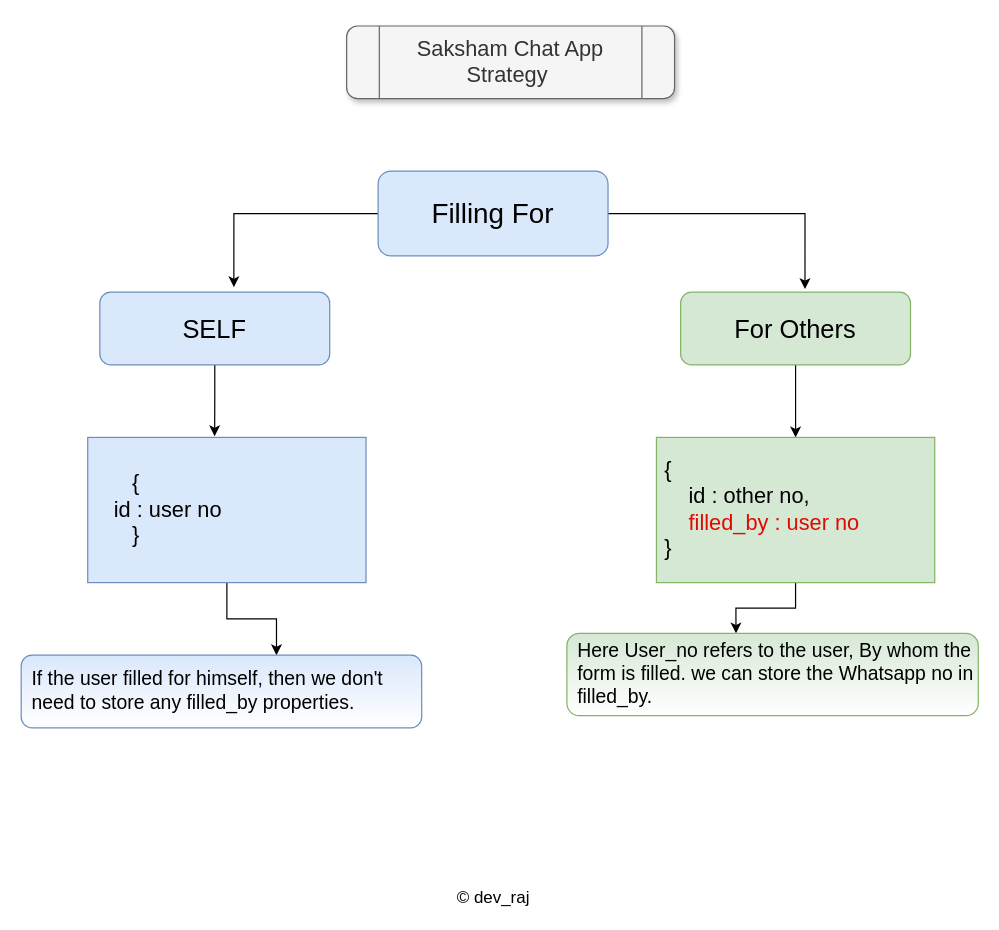
Above: Untitled Diagram.drawio in Raj-kar/Daigrams (draw.io), before the change. Source tidied: cells renumbered, new cells numbered last; positions are measured from the earlier drawing's top-left corner, leaving out a move shared by most shapes. Both pictures are drawn from the tidied source at 121%, with x=0, y=0 at pixel (21, 25).
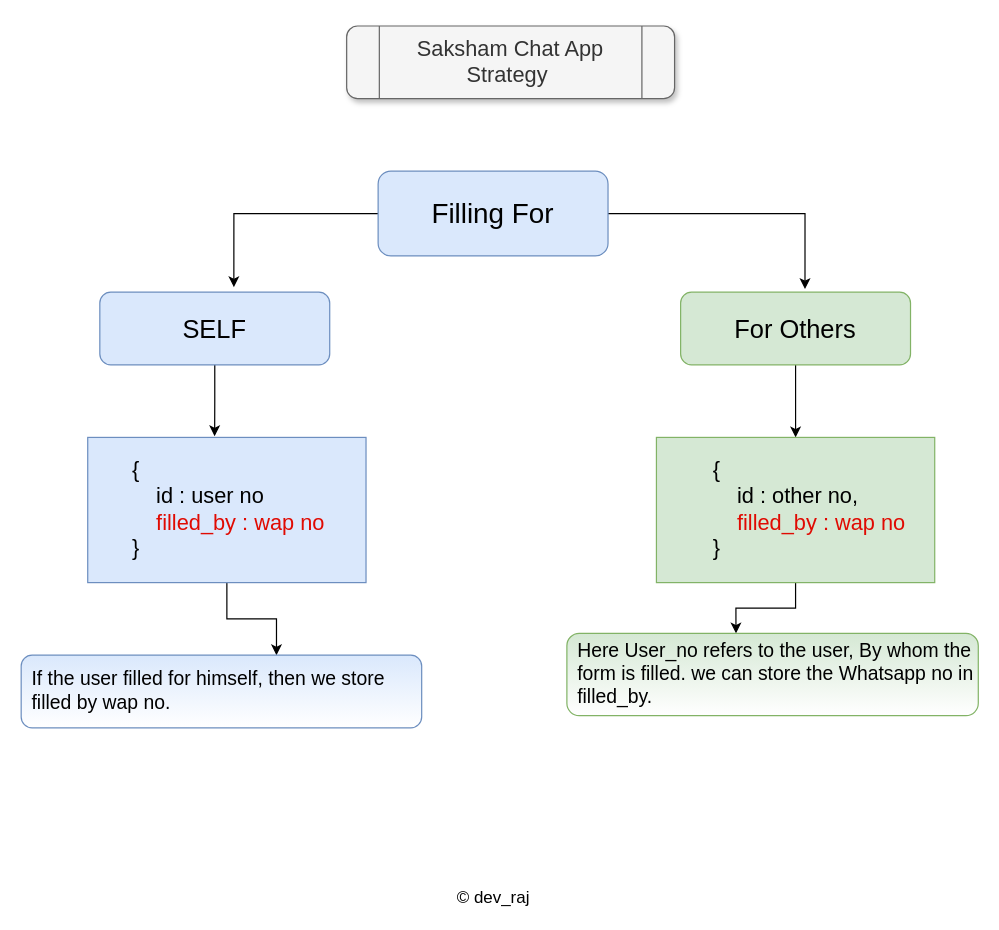
After the change.

Diff of the diagram source:
```diff
@@
 <mxGraphModel>
   <root>
     <mxCell id="0" />
     <mxCell id="1" parent="0" />
     <mxCell id="2" style="edgeStyle=orthogonalEdgeStyle;rounded=0;jettySize=auto;html=1;entryX=0.583;entryY=-0.07;entryDx=0;entryDy=0;entryPerimeter=0;" parent="1" edge="1" source="4" target="6">
       <mxGeometry relative="1" as="geometry" />
     </mxCell>
     <mxCell id="3" style="edgeStyle=orthogonalEdgeStyle;rounded=0;jettySize=auto;html=1;entryX=0.541;entryY=-0.043;entryDx=0;entryDy=0;entryPerimeter=0;" parent="1" edge="1" source="4" target="8">
       <mxGeometry relative="1" as="geometry" />
     </mxCell>
     <mxCell id="4" value="&lt;font style=&quot;font-size: 23px&quot;&gt;Filling For&lt;/font&gt;" style="rounded=1;whiteSpace=wrap;html=1;fillColor=#dae8fc;strokeColor=#6c8ebf;" parent="1" vertex="1">
       <mxGeometry x="295" y="120" width="190" height="70" as="geometry" />
     </mxCell>
     <mxCell id="5" style="edgeStyle=orthogonalEdgeStyle;rounded=0;jettySize=auto;html=1;entryX=0.456;entryY=-0.008;entryDx=0;entryDy=0;entryPerimeter=0;" parent="1" edge="1" source="6" target="10">
       <mxGeometry relative="1" as="geometry" />
     </mxCell>
     <mxCell id="6" value="&lt;font style=&quot;font-size: 21px&quot;&gt;SELF&lt;/font&gt;" style="rounded=1;whiteSpace=wrap;html=1;fillColor=#dae8fc;strokeColor=#6c8ebf;" parent="1" vertex="1">
       <mxGeometry x="65" y="220" width="190" height="60" as="geometry" />
     </mxCell>
     <mxCell id="7" style="edgeStyle=orthogonalEdgeStyle;rounded=0;jettySize=auto;html=1;entryX=0.5;entryY=0;entryDx=0;entryDy=0;" parent="1" edge="1" source="8" target="12">
       <mxGeometry relative="1" as="geometry" />
     </mxCell>
     <mxCell id="8" value="&lt;font style=&quot;font-size: 21px&quot;&gt;For Others&lt;/font&gt;" style="rounded=1;whiteSpace=wrap;html=1;fillColor=#d5e8d4;strokeColor=#82b366;" parent="1" vertex="1">
       <mxGeometry x="545" y="220" width="190" height="60" as="geometry" />
     </mxCell>
     <mxCell id="9" style="edgeStyle=orthogonalEdgeStyle;rounded=0;jettySize=auto;html=1;" parent="1" edge="1" source="10" target="15">
       <mxGeometry relative="1" as="geometry">
         <Array as="points">
           <mxPoint x="170" y="490" />
           <mxPoint x="211" y="490" />
         </Array>
       </mxGeometry>
     </mxCell>
-    <mxCell id="10" value="&lt;font style=&quot;font-size: 18px&quot;&gt;&amp;nbsp; &amp;nbsp; &amp;nbsp; &amp;nbsp;{ &lt;br&gt;&lt;span style=&quot;white-space: pre&quot;&gt; &lt;/span&gt;&amp;nbsp; &amp;nbsp;id : user no&lt;br&gt;&amp;nbsp; &amp;nbsp; &amp;nbsp; &amp;nbsp;}&lt;br&gt;&lt;/font&gt;" style="rounded=0;whiteSpace=wrap;html=1;align=left;fillColor=#dae8fc;strokeColor=#6c8ebf;" parent="1" vertex="1">
+    <mxCell id="10" value="&lt;font style=&quot;font-size: 18px&quot;&gt;&amp;nbsp; &amp;nbsp; &amp;nbsp; &amp;nbsp;{ &lt;br&gt;&lt;/font&gt;&lt;blockquote style=&quot;margin: 0 0 0 40px ; border: none ; padding: 0px&quot;&gt;&lt;font style=&quot;font-size: 18px&quot;&gt;&lt;span&gt; &lt;/span&gt;&amp;nbsp; &amp;nbsp;id : user no&lt;/font&gt;&lt;span style=&quot;font-size: 18px&quot;&gt;&amp;nbsp;&amp;nbsp;&lt;/span&gt;&lt;/blockquote&gt;&lt;font color=&quot;#e00a02&quot; style=&quot;font-size: 18px&quot;&gt;&amp;nbsp; &amp;nbsp; &amp;nbsp; &amp;nbsp; &amp;nbsp; &amp;nbsp;filled_by : wap no&lt;/font&gt;&lt;font style=&quot;font-size: 18px&quot;&gt;&amp;nbsp; &amp;nbsp; &amp;nbsp; &lt;br&gt;&amp;nbsp; &amp;nbsp; &amp;nbsp; &amp;nbsp;}&lt;br&gt;&lt;/font&gt;" style="rounded=0;whiteSpace=wrap;html=1;align=left;fillColor=#dae8fc;strokeColor=#6c8ebf;" parent="1" vertex="1">
       <mxGeometry x="55" y="340" width="230" height="120" as="geometry" />
     </mxCell>
     <mxCell id="11" style="edgeStyle=orthogonalEdgeStyle;rounded=0;jettySize=auto;html=1;entryX=0.411;entryY=0;entryDx=0;entryDy=0;entryPerimeter=0;" parent="1" edge="1" source="12" target="14">
       <mxGeometry relative="1" as="geometry" />
     </mxCell>
-    <mxCell id="12" value="&lt;font style=&quot;font-size: 18px&quot;&gt;&amp;nbsp; &amp;nbsp; &amp;nbsp; &amp;nbsp;&lt;br&gt;&lt;span style=&quot;white-space: pre&quot;&gt; &lt;/span&gt;{ &lt;br&gt;&lt;span style=&quot;white-space: pre&quot;&gt; &lt;/span&gt;&amp;nbsp; &amp;nbsp; id : other no,&lt;br&gt;&lt;span style=&quot;white-space: pre&quot;&gt; &lt;/span&gt;&amp;nbsp; &amp;nbsp; &lt;font color=&quot;#e00a02&quot;&gt;filled_by : user no&lt;/font&gt;&lt;br&gt;&lt;span style=&quot;white-space: pre&quot;&gt; &lt;/span&gt;}&lt;br&gt;&lt;br&gt;&lt;/font&gt;" style="rounded=0;whiteSpace=wrap;html=1;align=left;fillColor=#d5e8d4;strokeColor=#82b366;" parent="1" vertex="1">
+    <mxCell id="12" value="&lt;blockquote style=&quot;margin: 0 0 0 40px ; border: none ; padding: 0px&quot;&gt;&lt;font style=&quot;font-size: 18px&quot;&gt;&amp;nbsp; &amp;nbsp; &amp;nbsp; &amp;nbsp;&lt;br&gt;&lt;/font&gt;&lt;font style=&quot;font-size: 18px&quot;&gt;&lt;span style=&quot;white-space: pre&quot;&gt; &lt;/span&gt;{&lt;br&gt; &lt;/font&gt;&lt;font style=&quot;font-size: 18px&quot;&gt;&lt;span style=&quot;white-space: pre&quot;&gt; &lt;/span&gt;&amp;nbsp; &amp;nbsp; id : other no,&lt;br&gt;&lt;/font&gt;&lt;font style=&quot;font-size: 18px&quot;&gt;&lt;span style=&quot;white-space: pre&quot;&gt; &lt;/span&gt;&amp;nbsp; &amp;nbsp; &lt;font color=&quot;#e00a02&quot;&gt;filled_by : wap no&lt;br&gt;&lt;/font&gt;&lt;/font&gt;&lt;font style=&quot;font-size: 18px&quot;&gt;&lt;span style=&quot;white-space: pre&quot;&gt; &lt;/span&gt;}&lt;/font&gt;&lt;/blockquote&gt;&lt;font style=&quot;font-size: 18px&quot;&gt;&lt;br&gt;&lt;/font&gt;" style="rounded=0;whiteSpace=wrap;html=1;align=left;fillColor=#d5e8d4;strokeColor=#82b366;" parent="1" vertex="1">
       <mxGeometry x="525" y="340" width="230" height="120" as="geometry" />
     </mxCell>
     <mxCell id="13" value="&lt;font style=&quot;font-size: 18px&quot;&gt;Saksham Chat App&lt;br&gt;Strategy&amp;nbsp;&lt;br&gt;&lt;/font&gt;" style="shape=process;whiteSpace=wrap;html=1;backgroundOutline=1;fillColor=#f5f5f5;strokeColor=#666666;fontColor=#333333;glass=0;shadow=1;rounded=1;" parent="1" vertex="1">
       <mxGeometry x="269" width="271" height="60" as="geometry" />
     </mxCell>
     <mxCell id="14" value="&lt;blockquote style=&quot;margin: 0 0 0 40px ; border: none ; padding: 0px&quot;&gt;&lt;/blockquote&gt;&lt;blockquote style=&quot;margin: 0 0 0 40px ; border: none ; padding: 0px&quot;&gt;&lt;/blockquote&gt;&lt;span style=&quot;font-size: 16px&quot;&gt;Here User_no refers to the user, By whom&amp;nbsp;&lt;/span&gt;&lt;font style=&quot;font-size: 16px&quot;&gt;the form is filled. we can store the Whatsapp no in filled_by.&lt;/font&gt;" style="rounded=1;whiteSpace=wrap;html=1;align=left;fillColor=#d5e8d4;padding=3;shadow=0;strokeWidth=1;imageAspect=1;labelPadding=72;noLabel=0;spacingTop=1;spacingLeft=7;spacingBottom=3;strokeColor=#82b366;gradientColor=#ffffff;" parent="1" vertex="1">
       <mxGeometry x="451" y="502" width="340" height="68" as="geometry" />
     </mxCell>
-    <mxCell id="15" value="&lt;blockquote style=&quot;margin: 0 0 0 40px ; border: none ; padding: 0px&quot;&gt;&lt;/blockquote&gt;&lt;blockquote style=&quot;margin: 0 0 0 40px ; border: none ; padding: 0px&quot;&gt;&lt;/blockquote&gt;&lt;span style=&quot;font-size: 16px&quot;&gt;If the user filled for himself, then we don't need to store any filled_by properties.&lt;/span&gt;" style="rounded=1;whiteSpace=wrap;html=1;align=left;fillColor=#dae8fc;padding=3;shadow=0;strokeWidth=1;imageAspect=1;labelPadding=72;noLabel=0;spacingTop=1;spacingLeft=7;spacingBottom=3;strokeColor=#6c8ebf;gradientColor=#ffffff;" parent="1" vertex="1">
+    <mxCell id="15" value="&lt;blockquote style=&quot;margin: 0 0 0 40px ; border: none ; padding: 0px&quot;&gt;&lt;/blockquote&gt;&lt;blockquote style=&quot;margin: 0 0 0 40px ; border: none ; padding: 0px&quot;&gt;&lt;/blockquote&gt;&lt;span style=&quot;font-size: 16px&quot;&gt;If the user filled for himself, then we store filled by wap no.&lt;/span&gt;" style="rounded=1;whiteSpace=wrap;html=1;align=left;fillColor=#dae8fc;padding=3;shadow=0;strokeWidth=1;imageAspect=1;labelPadding=72;noLabel=0;spacingTop=1;spacingLeft=7;spacingBottom=3;strokeColor=#6c8ebf;gradientColor=#ffffff;" parent="1" vertex="1">
       <mxGeometry y="520" width="331" height="60" as="geometry" />
     </mxCell>
     <mxCell id="16" value="&lt;span style=&quot;font-family: &amp;#34;arial&amp;#34; , sans-serif ; background-color: rgb(255 , 255 , 255)&quot;&gt;&lt;font style=&quot;font-size: 14px&quot;&gt;© dev_raj&lt;/font&gt;&lt;/span&gt;" style="text;html=1;align=center;verticalAlign=middle;strokeColor=none;fillColor=none;" parent="1" vertex="1">
       <mxGeometry x="350" y="710" width="80" height="20" as="geometry" />
     </mxCell>
   </root>
 </mxGraphModel>
```
